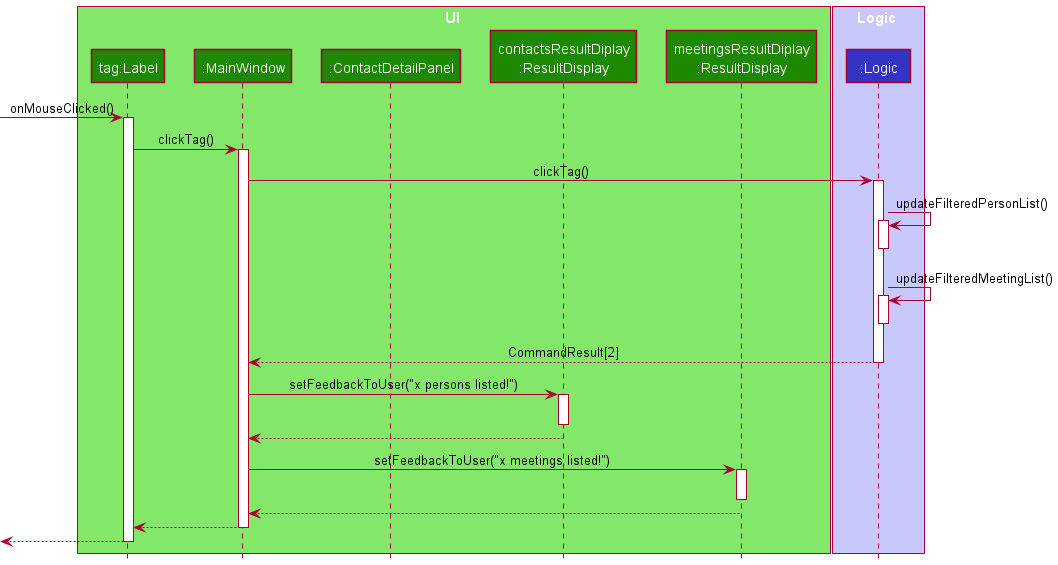
The PlantUML diagram docs/images/ClickTagDiagram.png in zihaowrez/tp, before a commit. Its diagram source:
```plantuml
@startuml
!include style.puml

box UI UI_COLOR_T1
participant "tag:Label" as tag UI_COLOR
participant ":MainWindow" as MainWindow UI_COLOR
participant ":ContactDetailPanel" as ContactDetailPanel UI_COLOR
participant "contactsResultDiplay\n:ResultDisplay" as contactsResultDisplay UI_COLOR
participant "meetingsResultDiplay\n:ResultDisplay" as meetingsResultDisplay UI_COLOR
end box

box Logic LOGIC_COLOR_T1
participant ":Logic" as Logic LOGIC_COLOR
end box

[-> tag : onMouseClicked()
activate tag

tag -> MainWindow : clickTag()
activate MainWindow

MainWindow -> Logic : clickTag()
activate Logic
Logic -> Logic : updateFilteredPersonList()
activate Logic
deactivate Logic
Logic -> Logic : updateFilteredMeetingList()
activate Logic
deactivate Logic

Logic --> MainWindow : CommandResult[2]
deactivate Logic

MainWindow -> contactsResultDisplay : setFeedbackToUser("x persons listed!")
activate contactsResultDisplay
deactivate contactsResultDisplay
contactsResultDisplay --> MainWindow

MainWindow -> meetingsResultDisplay : setFeedbackToUser("x meetings listed!")
activate meetingsResultDisplay
deactivate meetingsResultDisplay
meetingsResultDisplay --> MainWindow

MainWindow --> tag
deactivate MainWindow

[<-- tag
deactivate tag



@enduml
```
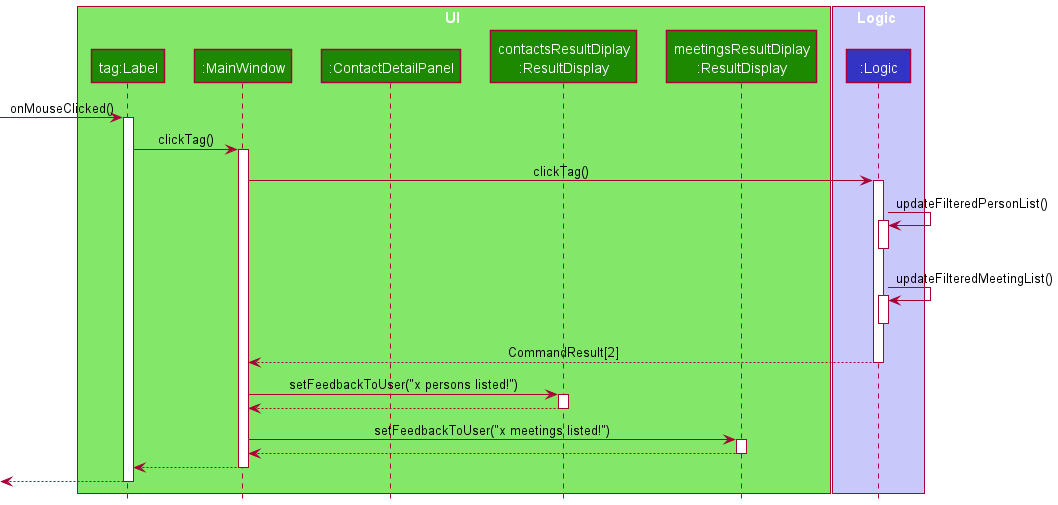
Above is the later version.

Commit message:
Amend sequence diagrams

The edit, as a diff of the source:
```diff
@@ -33,13 +33,13 @@
 
 MainWindow -> contactsResultDisplay : setFeedbackToUser("x persons listed!")
 activate contactsResultDisplay
+contactsResultDisplay --> MainWindow
 deactivate contactsResultDisplay
-contactsResultDisplay --> MainWindow
 
 MainWindow -> meetingsResultDisplay : setFeedbackToUser("x meetings listed!")
 activate meetingsResultDisplay
+meetingsResultDisplay --> MainWindow
 deactivate meetingsResultDisplay
-meetingsResultDisplay --> MainWindow
 
 MainWindow --> tag
 deactivate MainWindow
```
